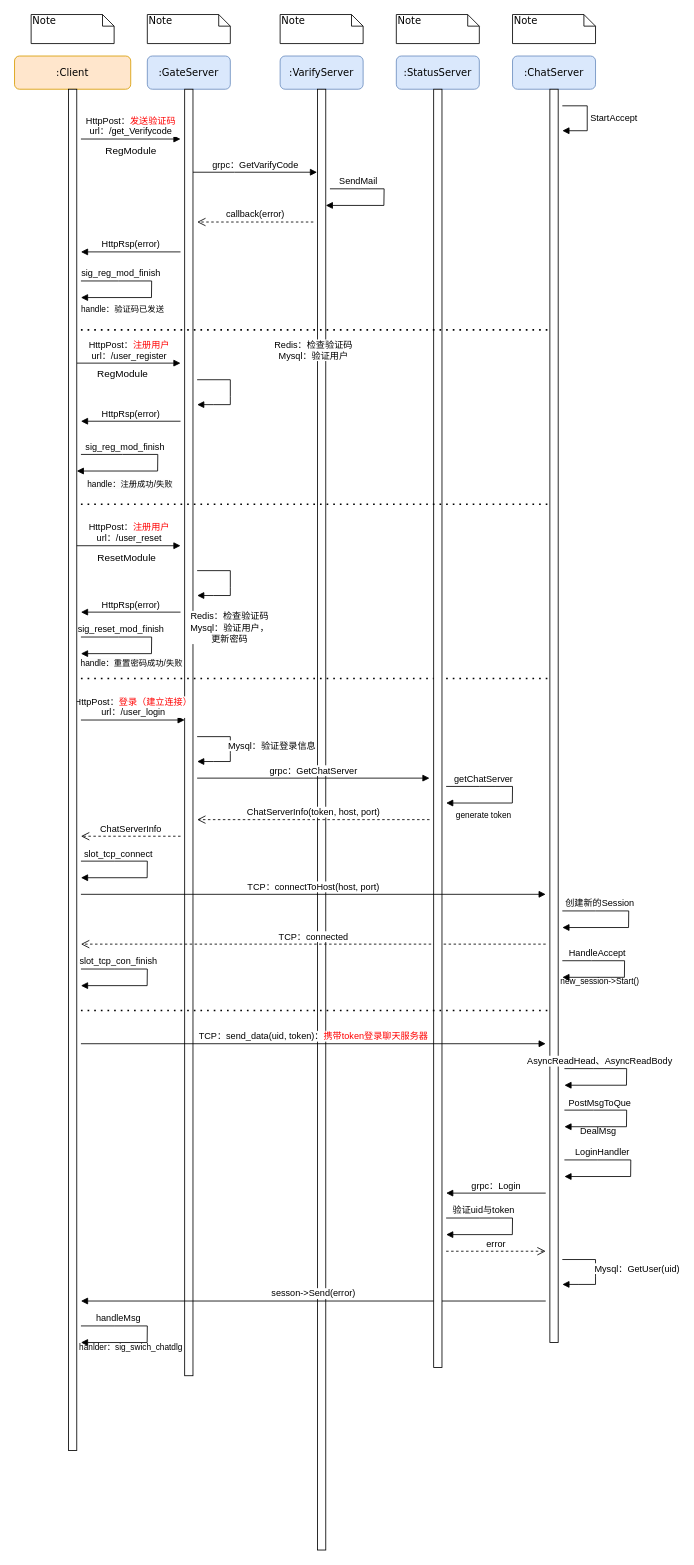
Earlier version of the draw.io diagram documents/CatChat-时序图.drawio (InQing/Full-stack_chat_project). Source tidied: cells renumbered, new cells numbered last; positions are measured from the earlier drawing's top-left corner, leaving out a move shared by most shapes. Both pictures are drawn from the tidied source at 83%, with x=0, y=0 at pixel (14, 14).
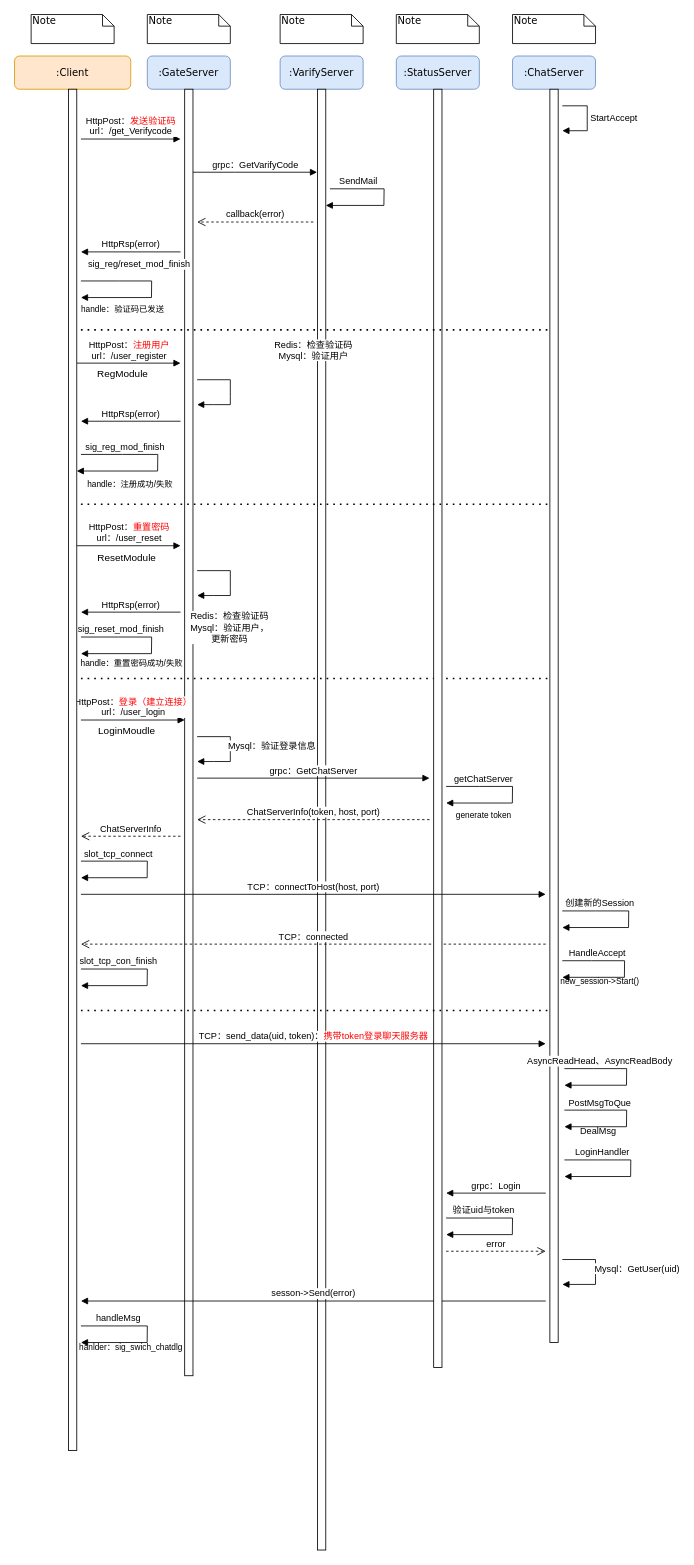
After the change.

Commit message (it also covers changes not shown here):
fix reset password bugs

Change to the diagram source:
```diff
@@
-    <mxCell id="35" value="sig_reg_mod_finish" style="html=1;verticalAlign=bottom;endArrow=block;curved=0;rounded=0;" parent="1" edge="1">
-      <mxGeometry x="-0.5" relative="1" as="geometry">
+    <mxCell id="35" value="sig_reg/reset_mod_finish" style="html=1;verticalAlign=bottom;endArrow=block;curved=0;rounded=0;" parent="1" edge="1">
+      <mxGeometry x="-0.26" y="11" relative="1" as="geometry">
         <mxPoint x="80" y="321" as="sourcePoint" />
         <mxPoint x="80" y="341" as="targetPoint" />
         <Array as="points">
           <mxPoint x="125.2" y="321" />
           <mxPoint x="165.2" y="321" />
           <mxPoint x="165" y="341" />
         </Array>
       </mxGeometry>
     </mxCell>
@@
-    <mxCell id="38" value="RegModule" style="text;html=1;align=center;verticalAlign=middle;strokeColor=none;fillColor=none;" parent="1" vertex="1">
-      <mxGeometry x="100" y="150" width="80" height="30" as="geometry" />
-    </mxCell>
@@
-    <mxCell id="40" value="HttpPost：&lt;font style=&quot;color: rgb(255, 0, 0);&quot;&gt;注册用户&lt;/font&gt;&lt;div&gt;url：/user_reset&lt;/div&gt;" style="html=1;verticalAlign=bottom;endArrow=block;curved=0;rounded=0;exitX=0.99;exitY=0.588;exitDx=0;exitDy=0;exitPerimeter=0;" parent="1" edge="1">
+    <mxCell id="40" value="HttpPost：&lt;font color=&quot;#ff0000&quot;&gt;重置密码&lt;/font&gt;&lt;div&gt;url：/user_reset&lt;/div&gt;" style="html=1;verticalAlign=bottom;endArrow=block;curved=0;rounded=0;exitX=0.99;exitY=0.588;exitDx=0;exitDy=0;exitPerimeter=0;" parent="1" edge="1">
       <mxGeometry relative="1" as="geometry">
         <mxPoint x="75" y="640" as="sourcePoint" />
         <mxPoint x="200" y="640" as="targetPoint" />
       </mxGeometry>
     </mxCell>
@@
+    <mxCell id="68" value="LoginMoudle" style="text;html=1;align=center;verticalAlign=middle;strokeColor=none;fillColor=none;" parent="1" vertex="1">
+      <mxGeometry x="90" y="848" width="90" height="30" as="geometry" />
+    </mxCell>
```
